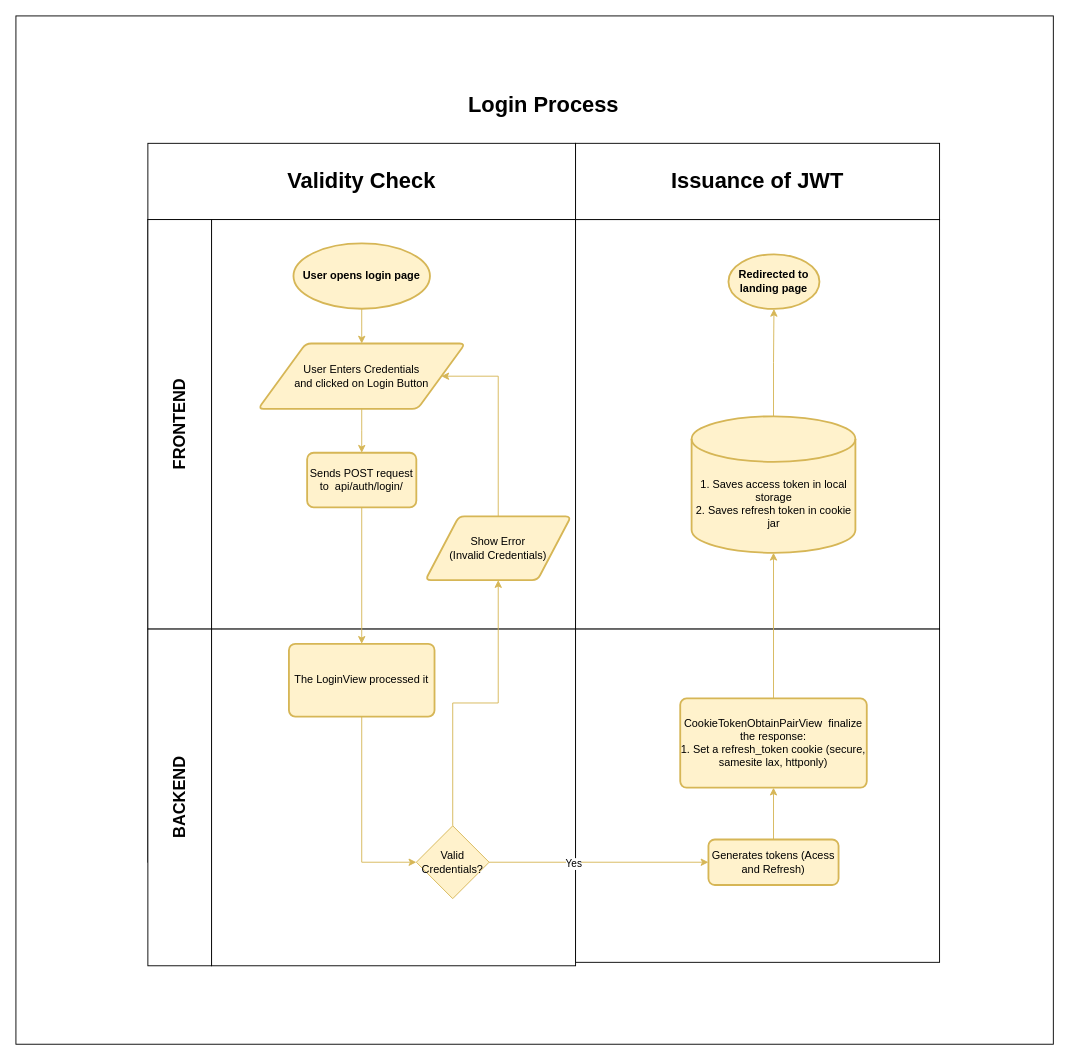
RHILIUS/drawio keeps this draw.io diagram as page "auth_login-process" (1 of 5) of E-Commerce API Business Process.drawio. Above is the earlier version. Source tidied: cells renumbered, new cells numbered last; positions are measured from the earlier drawing's top-left corner, leaving out a move shared by most shapes. Both pictures are drawn from the tidied source at 91%, with x=0, y=0 at pixel (15, 15).
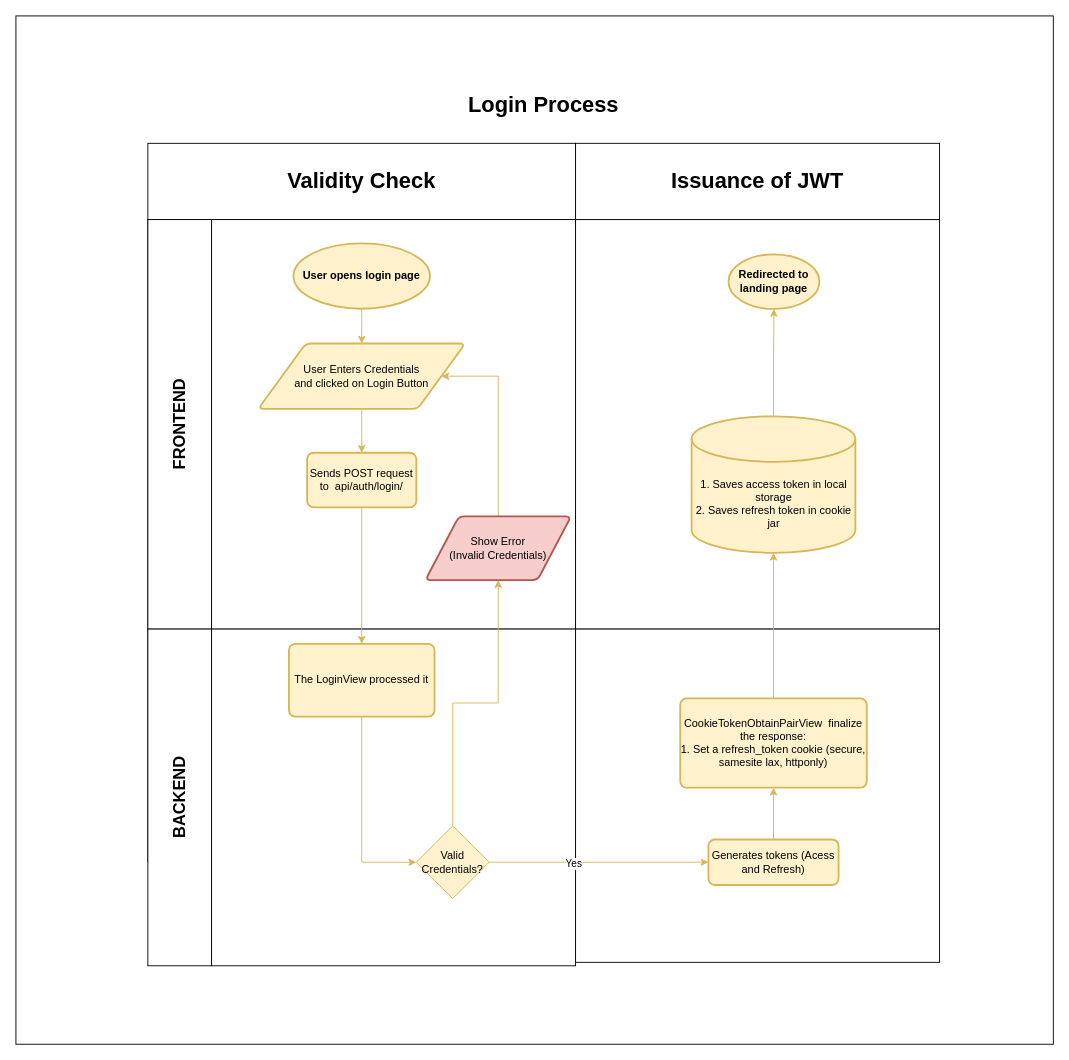
The same diagram, later.

The edit, as a diff of the source:
```diff
@@
-    <mxCell id="21" value="Show Error&lt;br&gt;(Invalid Credentials)" style="shape=parallelogram;html=1;strokeWidth=2;perimeter=parallelogramPerimeter;whiteSpace=wrap;rounded=1;arcSize=12;size=0.23;fillColor=#fff2cc;strokeColor=#d6b656;" parent="1" vertex="1">
+    <mxCell id="21" value="Show Error&lt;br&gt;(Invalid Credentials)" style="shape=parallelogram;html=1;strokeWidth=2;perimeter=parallelogramPerimeter;whiteSpace=wrap;rounded=1;arcSize=12;size=0.23;fillColor=#f8cecc;strokeColor=#b85450;" parent="1" vertex="1">
       <mxGeometry x="450" y="550" width="160" height="70" as="geometry" />
     </mxCell>
```
